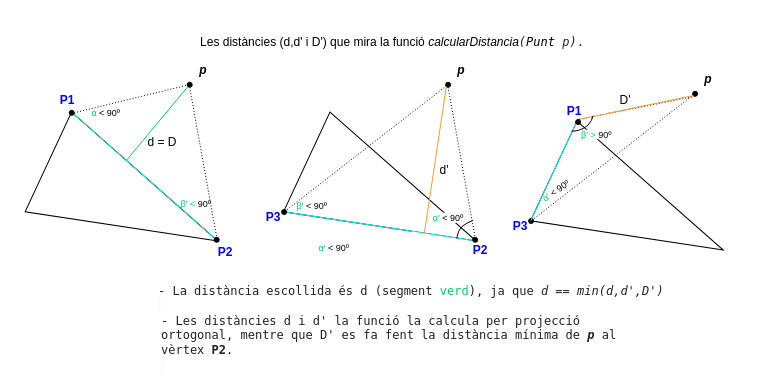
This is practica1/auxiliars/diagramaDistanciaMinimaTriangleGLOBAL.drawio from blackcub3s/programesJava, a draw.io file, before an edit. Source tidied: cells renumbered, new cells numbered last; positions are measured from the earlier drawing's top-left corner, leaving out a move shared by most shapes. Both pictures are drawn from the tidied source at 100%, with x=0, y=0 at pixel (17, 17).
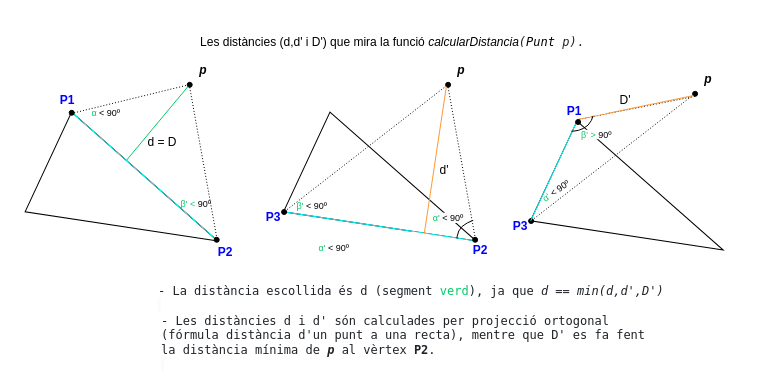
The same page after the edit.

Commit message (it also covers changes not shown here):
modificada imatge triangle global

What changed in the source:
```diff
@@
-    <mxCell id="45" value="&lt;span style=&quot;border-color: var(--border-color); color: rgb(0, 0, 0); font-family: Helvetica; font-size: 12px; font-variant-ligatures: normal; font-variant-caps: normal; letter-spacing: normal; orphans: 2; text-align: center; text-indent: 0px; text-transform: none; widows: 2; word-spacing: 0px; -webkit-text-stroke-width: 0px; background-color: rgb(251, 251, 251); text-decoration-thickness: initial; text-decoration-style: initial; text-decoration-color: initial;&quot;&gt;&lt;span style=&quot;border-color: var(--border-color); color: rgb(31, 35, 40); font-family: ui-monospace, SFMono-Regular, &amp;quot;SF Mono&amp;quot;, Menlo, Consolas, &amp;quot;Liberation Mono&amp;quot;, monospace; text-align: start; background-color: rgb(255, 255, 255);&quot;&gt;- Les distàncies d i d' la funció la calcula per projecció ortogonal, mentre que D' es fa fent la distància mínima de &lt;b&gt;&lt;i&gt;p&lt;/i&gt;&lt;/b&gt; al vèrtex &lt;b&gt;P2&lt;/b&gt;.&lt;/span&gt;&lt;span style=&quot;font-weight: 400; border-color: var(--border-color); color: rgb(31, 35, 40); font-family: ui-monospace, SFMono-Regular, &amp;quot;SF Mono&amp;quot;, Menlo, Consolas, &amp;quot;Liberation Mono&amp;quot;, monospace; text-align: start; background-color: rgb(255, 255, 255);&quot;&gt;&amp;nbsp;&amp;nbsp;&lt;/span&gt;&lt;/span&gt;&lt;br style=&quot;border-color: var(--border-color); color: rgb(0, 0, 0); font-family: Helvetica; font-size: 12px; font-variant-ligatures: normal; font-variant-caps: normal; font-weight: 400; letter-spacing: normal; orphans: 2; text-align: center; text-indent: 0px; text-transform: none; widows: 2; word-spacing: 0px; -webkit-text-stroke-width: 0px; background-color: rgb(251, 251, 251); text-decoration-thickness: initial; text-decoration-style: initial; text-decoration-color: initial;&quot;&gt;&lt;span style=&quot;color: rgb(0, 0, 0); font-family: Helvetica; font-size: 12px; font-variant-ligatures: normal; font-variant-caps: normal; font-weight: 400; letter-spacing: normal; orphans: 2; text-align: center; text-indent: 0px; text-transform: none; widows: 2; word-spacing: 0px; -webkit-text-stroke-width: 0px; background-color: rgb(251, 251, 251); text-decoration-thickness: initial; text-decoration-style: initial; text-decoration-color: initial; float: none; display: inline !important;&quot;&gt;&amp;nbsp;&lt;/span&gt;" style="text;whiteSpace=wrap;html=1;" parent="1" vertex="1">
-      <mxGeometry x="141.9" y="289.8" width="466.9" height="30" as="geometry" />
+    <mxCell id="45" value="&lt;span style=&quot;border-color: var(--border-color); color: rgb(0, 0, 0); font-family: Helvetica; font-size: 12px; font-variant-ligatures: normal; font-variant-caps: normal; letter-spacing: normal; orphans: 2; text-align: center; text-indent: 0px; text-transform: none; widows: 2; word-spacing: 0px; -webkit-text-stroke-width: 0px; background-color: rgb(251, 251, 251); text-decoration-thickness: initial; text-decoration-style: initial; text-decoration-color: initial;&quot;&gt;&lt;span style=&quot;border-color: var(--border-color); color: rgb(31, 35, 40); font-family: ui-monospace, SFMono-Regular, &amp;quot;SF Mono&amp;quot;, Menlo, Consolas, &amp;quot;Liberation Mono&amp;quot;, monospace; text-align: start; background-color: rgb(255, 255, 255);&quot;&gt;- Les distàncies d i d' són calculades per projecció ortogonal (fórmula distància d'un punt a una recta), mentre que D' es fa fent la distància mínima de &lt;b&gt;&lt;i&gt;p&lt;/i&gt;&lt;/b&gt; al vèrtex &lt;b&gt;P2&lt;/b&gt;.&lt;/span&gt;&lt;span style=&quot;font-weight: 400; border-color: var(--border-color); color: rgb(31, 35, 40); font-family: ui-monospace, SFMono-Regular, &amp;quot;SF Mono&amp;quot;, Menlo, Consolas, &amp;quot;Liberation Mono&amp;quot;, monospace; text-align: start; background-color: rgb(255, 255, 255);&quot;&gt;&amp;nbsp;&amp;nbsp;&lt;/span&gt;&lt;/span&gt;&lt;br style=&quot;border-color: var(--border-color); color: rgb(0, 0, 0); font-family: Helvetica; font-size: 12px; font-variant-ligatures: normal; font-variant-caps: normal; font-weight: 400; letter-spacing: normal; orphans: 2; text-align: center; text-indent: 0px; text-transform: none; widows: 2; word-spacing: 0px; -webkit-text-stroke-width: 0px; background-color: rgb(251, 251, 251); text-decoration-thickness: initial; text-decoration-style: initial; text-decoration-color: initial;&quot;&gt;&lt;span style=&quot;color: rgb(0, 0, 0); font-family: Helvetica; font-size: 12px; font-variant-ligatures: normal; font-variant-caps: normal; font-weight: 400; letter-spacing: normal; orphans: 2; text-align: center; text-indent: 0px; text-transform: none; widows: 2; word-spacing: 0px; -webkit-text-stroke-width: 0px; background-color: rgb(251, 251, 251); text-decoration-thickness: initial; text-decoration-style: initial; text-decoration-color: initial; float: none; display: inline !important;&quot;&gt;&amp;nbsp;&lt;/span&gt;" style="text;whiteSpace=wrap;html=1;" parent="1" vertex="1">
+      <mxGeometry x="141.9" y="289.8" width="498.1" height="30" as="geometry" />
     </mxCell>
```
